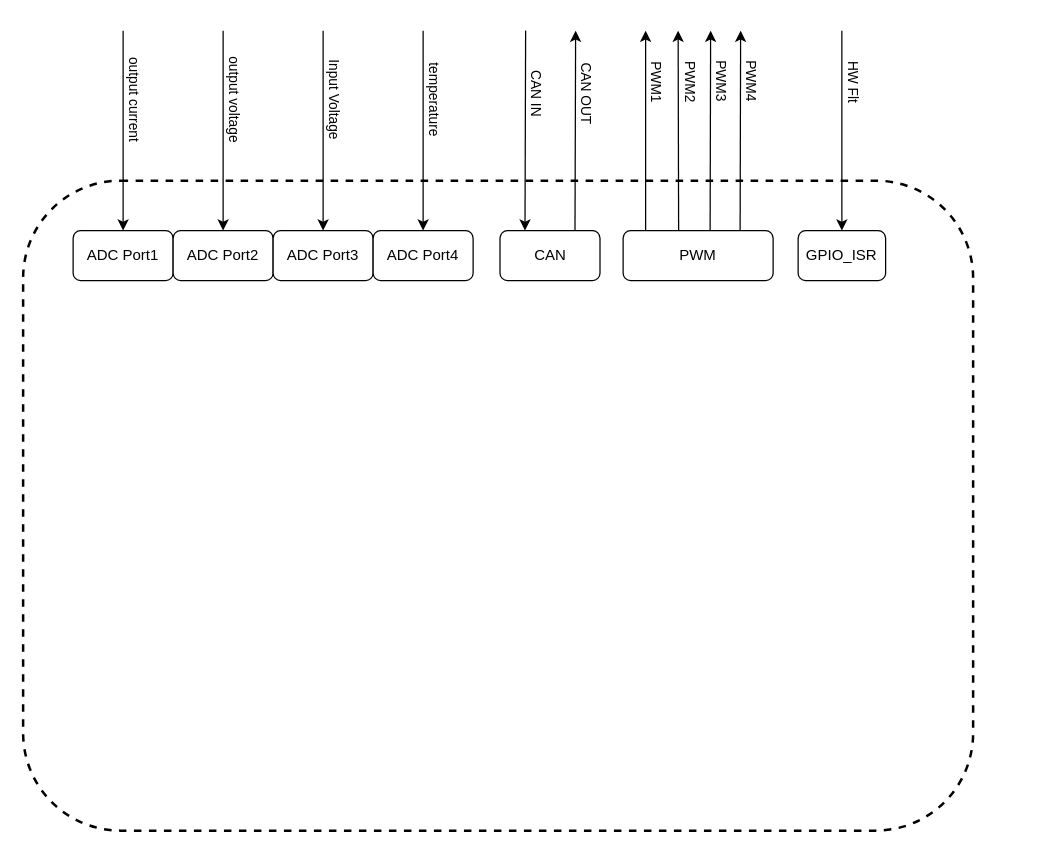
chdev2011/temp keeps this draw.io diagram as page "DCDC_blockdiagram" (4 of 4) of DCDCArchitectureSF.drawio. Above is the earlier version. Source tidied: cells renumbered, new cells numbered last; positions are measured from the earlier drawing's top-left corner, leaving out a move shared by most shapes. Both pictures are drawn from the tidied source at 125%, with x=0, y=0 at pixel (22, 30).
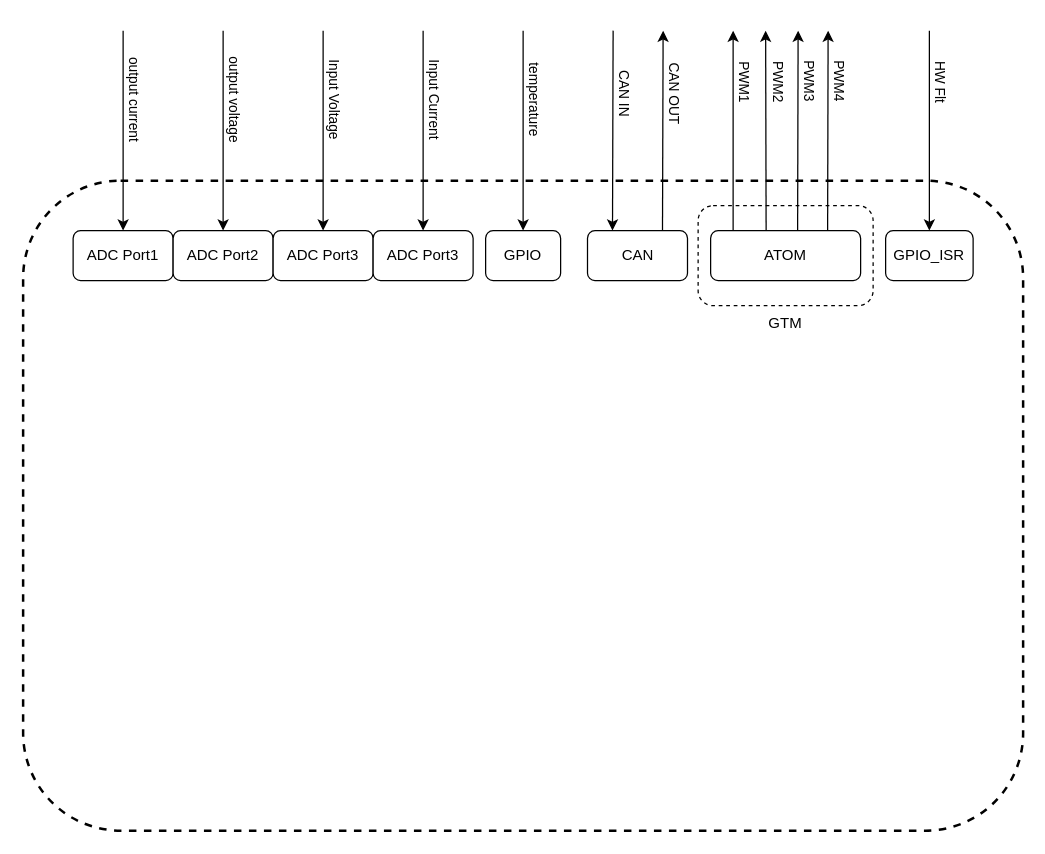
Above is the later version.

Diff of the diagram source:
```diff
@@
     <mxCell id="2" style="rounded=1;whiteSpace=wrap;html=1;fillColor=none;dashed=1;strokeWidth=2;" parent="1" vertex="1">
-      <mxGeometry y="120" width="760" height="520" as="geometry" />
+      <mxGeometry y="120" width="800" height="520" as="geometry" />
     </mxCell>
@@
     <mxCell id="9" style="rounded=0;jettySize=auto;html=1;exitX=0.5;exitY=0;exitDx=0;exitDy=0;strokeColor=default;endArrow=none;endFill=0;startArrow=classic;startFill=1;" parent="1" edge="1" source="25">
       <mxGeometry relative="1" as="geometry">
-        <mxPoint x="320" as="targetPoint" />
+        <mxPoint x="400" as="targetPoint" />
       </mxGeometry>
     </mxCell>
@@
     <mxCell id="11" style="rounded=0;jettySize=auto;html=1;exitX=0.25;exitY=0;exitDx=0;exitDy=0;strokeColor=default;endArrow=none;endFill=0;startArrow=classic;startFill=1;" parent="1" edge="1" source="18">
       <mxGeometry relative="1" as="geometry">
-        <mxPoint x="402" as="targetPoint" />
+        <mxPoint x="472" as="targetPoint" />
       </mxGeometry>
     </mxCell>
@@
     <mxCell id="13" style="rounded=0;jettySize=auto;html=1;exitX=0.75;exitY=0;exitDx=0;exitDy=0;strokeColor=default;endArrow=classic;endFill=1;startArrow=none;startFill=0;" parent="1" edge="1" source="18">
       <mxGeometry relative="1" as="geometry">
-        <mxPoint x="442" as="targetPoint" />
+        <mxPoint x="512" as="targetPoint" />
       </mxGeometry>
     </mxCell>
@@
     <mxCell id="15" style="rounded=0;jettySize=auto;html=1;exitX=0.15;exitY=0;exitDx=0;exitDy=0;strokeColor=default;endArrow=classic;endFill=1;startArrow=none;startFill=0;exitPerimeter=0;" parent="1" edge="1" source="19">
       <mxGeometry relative="1" as="geometry">
-        <mxPoint x="498" as="targetPoint" />
+        <mxPoint x="568" as="targetPoint" />
       </mxGeometry>
     </mxCell>
@@
     <mxCell id="18" value="CAN" style="rounded=1;whiteSpace=wrap;html=1;" parent="1" vertex="1">
-      <mxGeometry x="381.5" y="160" width="80" height="40" as="geometry" />
+      <mxGeometry x="451.5" y="160" width="80" height="40" as="geometry" />
     </mxCell>
-    <mxCell id="19" value="PWM" style="rounded=1;whiteSpace=wrap;html=1;points=[[0,0.25,0,0,0],[0,0.5,0,0,0],[0,0.75,0,0,0],[0,1,0,0,0],[0.15,0,0,0,0],[0.25,1,0,0,0],[0.37,0,0,0,0],[0.5,1,0,0,0],[0.58,0,0,0,0],[0.75,1,0,0,0],[0.78,0,0,0,0],[0.88,1,0,0,0],[1,0.25,0,0,0],[1,0.5,0,0,0],[1,0.75,0,0,0],[1,1,0,0,0]];" parent="1" vertex="1">
-      <mxGeometry x="480" y="160" width="120" height="40" as="geometry" />
+    <mxCell id="19" value="ATOM" style="rounded=1;whiteSpace=wrap;html=1;points=[[0,0.25,0,0,0],[0,0.5,0,0,0],[0,0.75,0,0,0],[0,1,0,0,0],[0.15,0,0,0,0],[0.25,1,0,0,0],[0.37,0,0,0,0],[0.5,1,0,0,0],[0.58,0,0,0,0],[0.75,1,0,0,0],[0.78,0,0,0,0],[0.88,1,0,0,0],[1,0.25,0,0,0],[1,0.5,0,0,0],[1,0.75,0,0,0],[1,1,0,0,0]];" parent="1" vertex="1">
+      <mxGeometry x="550" y="160" width="120" height="40" as="geometry" />
     </mxCell>
     <mxCell id="20" value="GPIO_ISR" style="rounded=1;whiteSpace=wrap;html=1;" parent="1" vertex="1">
-      <mxGeometry x="620" y="160" width="70" height="40" as="geometry" />
+      <mxGeometry x="690" y="160" width="70" height="40" as="geometry" />
     </mxCell>
     <mxCell id="21" style="rounded=0;jettySize=auto;html=1;exitX=0.5;exitY=0;exitDx=0;exitDy=0;strokeColor=default;endArrow=none;endFill=0;startArrow=classic;startFill=1;" parent="1" edge="1" source="20">
       <mxGeometry relative="1" as="geometry">
-        <mxPoint x="655" as="targetPoint" />
+        <mxPoint x="725" as="targetPoint" />
       </mxGeometry>
     </mxCell>
@@
-    <mxCell id="25" value="ADC Port4" style="rounded=1;whiteSpace=wrap;html=1;" parent="1" vertex="1">
-      <mxGeometry x="280" y="160" width="80" height="40" as="geometry" />
+    <mxCell id="25" value="GPIO" style="rounded=1;whiteSpace=wrap;html=1;" parent="1" vertex="1">
+      <mxGeometry x="370" y="160" width="60" height="40" as="geometry" />
     </mxCell>
     <mxCell id="26" style="rounded=0;jettySize=auto;html=1;exitX=0.37;exitY=0;exitDx=0;exitDy=0;strokeColor=default;endArrow=classic;endFill=1;startArrow=none;startFill=0;exitPerimeter=0;" parent="1" edge="1" source="19">
       <mxGeometry relative="1" as="geometry">
-        <mxPoint x="524" as="targetPoint" />
+        <mxPoint x="594" as="targetPoint" />
       </mxGeometry>
     </mxCell>
@@
     <mxCell id="28" style="rounded=0;jettySize=auto;html=1;exitX=0.58;exitY=0;exitDx=0;exitDy=0;strokeColor=default;endArrow=classic;endFill=1;startArrow=none;startFill=0;exitPerimeter=0;" parent="1" edge="1" source="19">
       <mxGeometry relative="1" as="geometry">
-        <mxPoint x="550" as="targetPoint" />
+        <mxPoint x="620" as="targetPoint" />
       </mxGeometry>
     </mxCell>
@@
     <mxCell id="30" style="rounded=0;jettySize=auto;html=1;exitX=0.78;exitY=0;exitDx=0;exitDy=0;strokeColor=default;endArrow=classic;endFill=1;startArrow=none;startFill=0;exitPerimeter=0;" parent="1" edge="1" source="19">
       <mxGeometry relative="1" as="geometry">
-        <mxPoint x="574" as="targetPoint" />
+        <mxPoint x="644" as="targetPoint" />
       </mxGeometry>
     </mxCell>
@@
+    <mxCell id="32" value="GTM" style="rounded=1;whiteSpace=wrap;html=1;dashed=1;fillColor=none;arcSize=15;labelPosition=center;verticalLabelPosition=bottom;align=center;verticalAlign=top;" parent="1" vertex="1">
+      <mxGeometry x="540" y="140" width="140" height="80" as="geometry" />
+    </mxCell>
+    <mxCell id="33" style="rounded=0;jettySize=auto;html=1;exitX=0.5;exitY=0;exitDx=0;exitDy=0;strokeColor=default;endArrow=none;endFill=0;startArrow=classic;startFill=1;" parent="1" edge="1" source="35">
+      <mxGeometry relative="1" as="geometry">
+        <mxPoint x="320" as="targetPoint" />
+      </mxGeometry>
+    </mxCell>
+    <mxCell id="34" value="Input Current" style="edgeLabel;html=1;align=center;verticalAlign=middle;rotation=90;" parent="33" vertex="1">
+      <mxGeometry x="0.4" y="-1" relative="1" as="geometry">
+        <mxPoint x="9" y="6" as="offset" />
+      </mxGeometry>
+    </mxCell>
+    <mxCell id="35" value="ADC Port3" style="rounded=1;whiteSpace=wrap;html=1;" parent="1" vertex="1">
+      <mxGeometry x="280" y="160" width="80" height="40" as="geometry" />
+    </mxCell>
```
